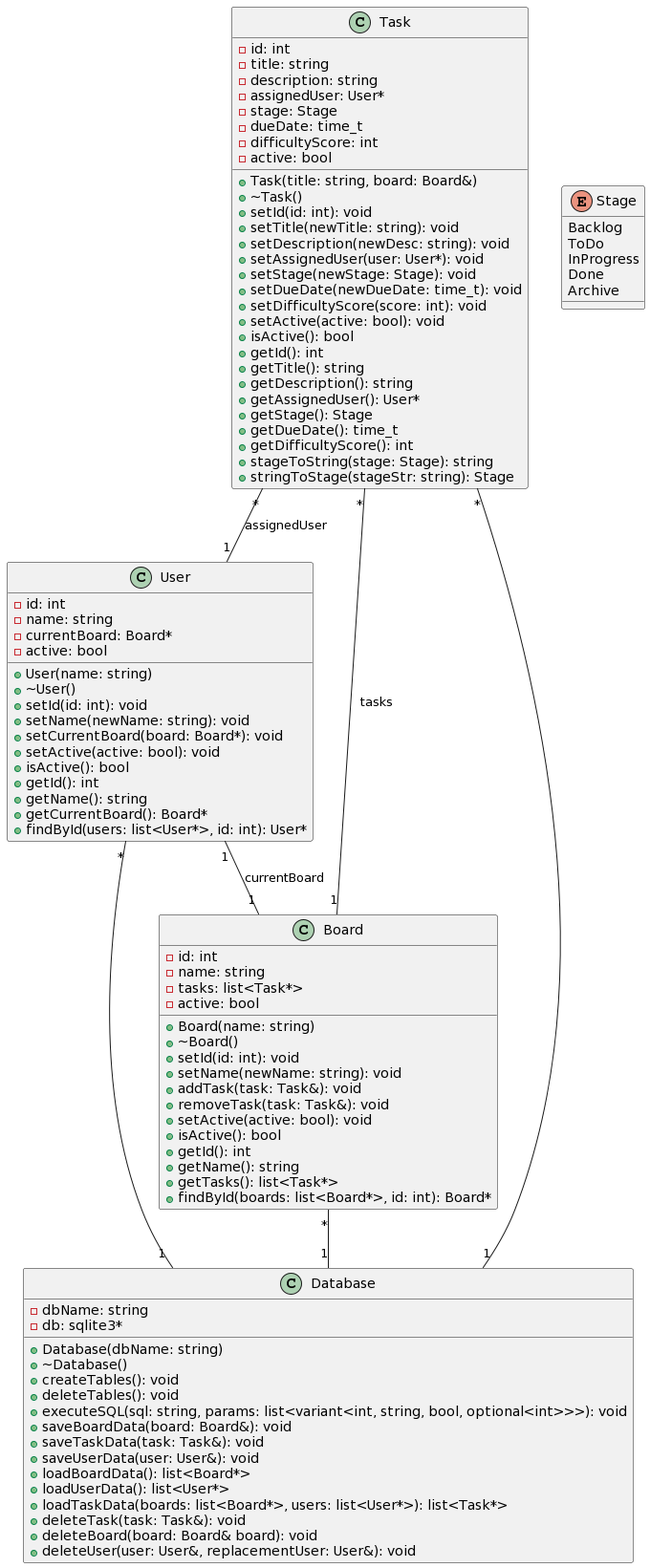
This is diagrams/classUML.png from travisformayor/cli_kanban, a PlantUML export, as it was before one commit. Its diagram source:
```plantuml
@startuml
Task "*" -- "1" User : assignedUser
Task "*" -- "1" Board : tasks
Task "*" -- "1" Database
Board "*" -- "1" Database
User "*" -- "1" Database
User "1" -- "1" Board : currentBoard

class Task {
  -id: int
  -title: string
  -description: string
  -assignedUser: User*
  -stage: Stage
  -dueDate: time_t
  -difficultyScore: int
  -active: bool
  +Task(title: string, board: Board&)
  +~Task()
  +setId(id: int): void
  +setTitle(newTitle: string): void
  +setDescription(newDesc: string): void
  +setAssignedUser(user: User*): void
  +setStage(newStage: Stage): void
  +setDueDate(newDueDate: time_t): void
  +setDifficultyScore(score: int): void
  +setActive(active: bool): void
  +isActive(): bool
  +getId(): int
  +getTitle(): string
  +getDescription(): string
  +getAssignedUser(): User*
  +getStage(): Stage
  +getDueDate(): time_t
  +getDifficultyScore(): int
  +stageToString(stage: Stage): string
  +stringToStage(stageStr: string): Stage
}

enum Stage {
  Backlog
  ToDo
  InProgress
  Done
  Archive
}

class User {
  -id: int
  -name: string
  -currentBoard: Board*
  -active: bool
  +User(name: string)
  +~User()
  +setId(id: int): void
  +setName(newName: string): void
  +setCurrentBoard(board: Board*): void
  +setActive(active: bool): void
  +isActive(): bool
  +getId(): int
  +getName(): string
  +getCurrentBoard(): Board*
  +findById(users: list<User*>, id: int): User*
}

class Board {
  -id: int
  -name: string
  -tasks: list<Task*>
  -active: bool
  +Board(name: string)
  +~Board()
  +setId(id: int): void
  +setName(newName: string): void
  +addTask(task: Task&): void
  +removeTask(task: Task&): void
  +setActive(active: bool): void
  +isActive(): bool
  +getId(): int
  +getName(): string
  +getTasks(): list<Task*>
  +findById(boards: list<Board*>, id: int): Board*
}

class Database {
  -dbName: string
  -db: sqlite3*
  +Database(dbName: string)
  +~Database()
  +createTables(): void
  +deleteTables(): void
  +executeSQL(sql: string, params: list<variant<int, string, bool, optional<int>>>): void
  +saveBoardData(board: Board&): void
  +saveTaskData(task: Task&): void
  +saveUserData(user: User&): void
  +loadBoardData(): list<Board*>
  +loadUserData(): list<User*>
  +loadTaskData(boards: list<Board*>, users: list<User*>): list<Task*>
  +deleteTask(task: Task&): void
  +deleteBoard(board: Board& board): void
  +deleteUser(user: User&, replacementUser: User&): void
}
@enduml
```
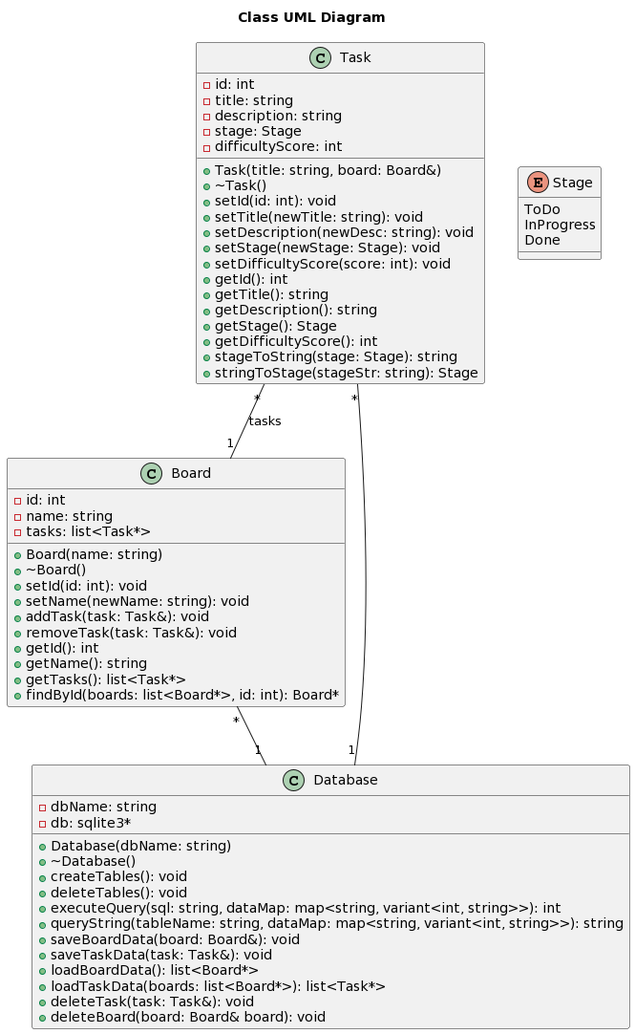
The same diagram one commit later.

Change to the diagram source:
```diff
@@ -1,81 +1,48 @@
 @startuml
-Task "*" -- "1" User : assignedUser
+title Class UML Diagram
+
 Task "*" -- "1" Board : tasks
 Task "*" -- "1" Database
 Board "*" -- "1" Database
-User "*" -- "1" Database
-User "1" -- "1" Board : currentBoard
+
+enum Stage {
+  ToDo
+  InProgress
+  Done
+}
 
 class Task {
   -id: int
   -title: string
   -description: string
-  -assignedUser: User*
   -stage: Stage
-  -dueDate: time_t
   -difficultyScore: int
-  -active: bool
   +Task(title: string, board: Board&)
   +~Task()
   +setId(id: int): void
   +setTitle(newTitle: string): void
   +setDescription(newDesc: string): void
-  +setAssignedUser(user: User*): void
   +setStage(newStage: Stage): void
-  +setDueDate(newDueDate: time_t): void
   +setDifficultyScore(score: int): void
-  +setActive(active: bool): void
-  +isActive(): bool
   +getId(): int
   +getTitle(): string
   +getDescription(): string
-  +getAssignedUser(): User*
   +getStage(): Stage
-  +getDueDate(): time_t
   +getDifficultyScore(): int
   +stageToString(stage: Stage): string
   +stringToStage(stageStr: string): Stage
-}
-
-enum Stage {
-  Backlog
-  ToDo
-  InProgress
-  Done
-  Archive
-}
-
-class User {
-  -id: int
-  -name: string
-  -currentBoard: Board*
-  -active: bool
-  +User(name: string)
-  +~User()
-  +setId(id: int): void
-  +setName(newName: string): void
-  +setCurrentBoard(board: Board*): void
-  +setActive(active: bool): void
-  +isActive(): bool
-  +getId(): int
-  +getName(): string
-  +getCurrentBoard(): Board*
-  +findById(users: list<User*>, id: int): User*
 }
 
 class Board {
   -id: int
   -name: string
   -tasks: list<Task*>
-  -active: bool
   +Board(name: string)
   +~Board()
   +setId(id: int): void
   +setName(newName: string): void
   +addTask(task: Task&): void
   +removeTask(task: Task&): void
-  +setActive(active: bool): void
-  +isActive(): bool
   +getId(): int
   +getName(): string
   +getTasks(): list<Task*>
@@ -89,15 +56,13 @@
   +~Database()
   +createTables(): void
   +deleteTables(): void
-  +executeSQL(sql: string, params: list<variant<int, string, bool, optional<int>>>): void
+  +executeQuery(sql: string, dataMap: map<string, variant<int, string>>): int
+  +queryString(tableName: string, dataMap: map<string, variant<int, string>>): string
   +saveBoardData(board: Board&): void
   +saveTaskData(task: Task&): void
-  +saveUserData(user: User&): void
   +loadBoardData(): list<Board*>
-  +loadUserData(): list<User*>
-  +loadTaskData(boards: list<Board*>, users: list<User*>): list<Task*>
+  +loadTaskData(boards: list<Board*>): list<Task*>
   +deleteTask(task: Task&): void
   +deleteBoard(board: Board& board): void
-  +deleteUser(user: User&, replacementUser: User&): void
 }
 @enduml
```
